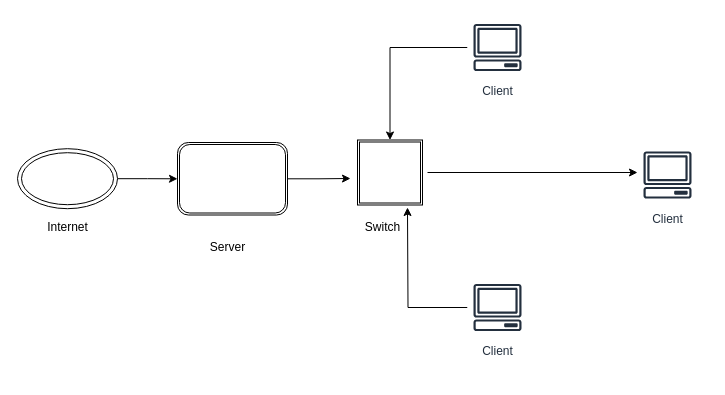
Yongki-Alkayyis/yongki keeps this draw.io diagram as Untitled Diagram.drawio. Above is the earlier version. Source tidied: cells renumbered, new cells numbered last; positions are measured from the earlier drawing's top-left corner, leaving out a move shared by most shapes. Both pictures are drawn from the tidied source at 100%, with x=0, y=0 at pixel (17, 17).
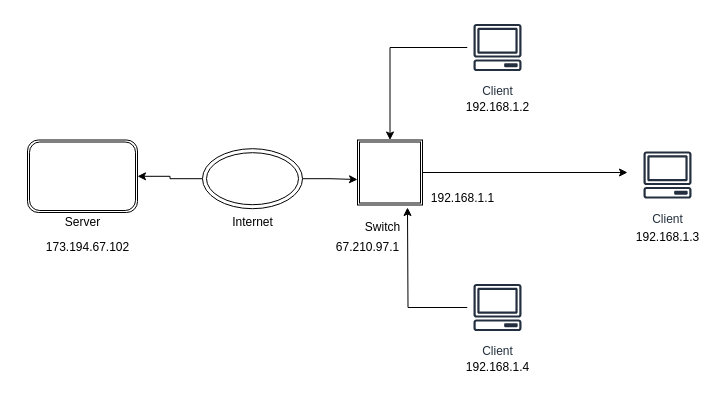
Above is the later version.

The change refers to these unchanged cells:
```xml
<mxCell id="9" style="shape=ext;double=1;whiteSpace=wrap;html=1;" parent="1" vertex="1">
  <mxGeometry x="340" y="122.5" width="65" height="65" as="geometry" />
</mxCell>
```

Diff of the diagram source:
```diff
@@
-    <mxCell id="2" style="edgeStyle=orthogonalEdgeStyle;rounded=0;orthogonalLoop=1;jettySize=auto;html=1;" parent="1" edge="1">
-      <mxGeometry relative="1" as="geometry">
-        <mxPoint x="410" y="155" as="sourcePoint" />
-        <mxPoint x="620" y="155" as="targetPoint" />
-      </mxGeometry>
-    </mxCell>
@@
     <mxCell id="8" value="Server" style="text;html=1;align=center;verticalAlign=middle;fillColor=none;strokeColor=none;rounded=0;" parent="1" vertex="1">
-      <mxGeometry x="185" y="220" width="50" height="20" as="geometry" />
+      <mxGeometry x="40" y="195" width="50" height="20" as="geometry" />
     </mxCell>
+    <mxCell id="16" style="edgeStyle=orthogonalEdgeStyle;rounded=0;jettySize=auto;html=1;" parent="1" edge="1" source="9">
+      <mxGeometry relative="1" as="geometry">
+        <mxPoint x="610" y="155" as="targetPoint" />
+      </mxGeometry>
+    </mxCell>
@@
-    <mxCell id="11" style="edgeStyle=orthogonalEdgeStyle;rounded=0;jettySize=auto;html=1;" parent="1" edge="1" source="12">
-      <mxGeometry relative="1" as="geometry">
-        <mxPoint x="333" y="161" as="targetPoint" />
-      </mxGeometry>
-    </mxCell>
     <mxCell id="12" style="shape=ext;double=1;rounded=1;whiteSpace=wrap;html=1;" parent="1" vertex="1">
-      <mxGeometry x="160" y="125" width="110" height="72.5" as="geometry" />
+      <mxGeometry x="10" y="122.5" width="110" height="72.5" as="geometry" />
     </mxCell>
@@
+    <mxCell id="17" style="edgeStyle=orthogonalEdgeStyle;rounded=0;jettySize=auto;html=1;entryX=0;entryY=0.608;entryDx=0;entryDy=0;entryPerimeter=0;" parent="1" edge="1" source="14" target="9">
+      <mxGeometry relative="1" as="geometry" />
+    </mxCell>
     <mxCell id="14" style="ellipse;shape=doubleEllipse;whiteSpace=wrap;html=1;" parent="1" vertex="1">
-      <mxGeometry y="131.2" width="100" height="60" as="geometry" />
+      <mxGeometry x="185" y="131.2" width="100" height="60" as="geometry" />
     </mxCell>
     <mxCell id="15" value="Internet" style="text;html=1;align=center;verticalAlign=middle;fillColor=none;strokeColor=none;rounded=0;" parent="1" vertex="1">
-      <mxGeometry x="20" y="200" width="60" height="20" as="geometry" />
+      <mxGeometry x="205" y="195" width="60" height="20" as="geometry" />
     </mxCell>
+    <mxCell id="18" value="192.168.1.2" style="text;html=1;align=center;verticalAlign=middle;fillColor=none;strokeColor=none;rounded=0;" parent="1" vertex="1">
+      <mxGeometry x="440" y="80" width="80" height="20" as="geometry" />
+    </mxCell>
+    <mxCell id="19" value="192.168.1.4" style="text;html=1;align=center;verticalAlign=middle;fillColor=none;strokeColor=none;rounded=0;" parent="1" vertex="1">
+      <mxGeometry x="440" y="340" width="80" height="20" as="geometry" />
+    </mxCell>
+    <mxCell id="20" value="192.168.1.3" style="text;html=1;align=center;verticalAlign=middle;fillColor=none;strokeColor=none;rounded=0;" parent="1" vertex="1">
+      <mxGeometry x="610" y="210" width="80" height="20" as="geometry" />
+    </mxCell>
+    <mxCell id="21" value="192.168.1.1" style="text;html=1;align=center;verticalAlign=middle;fillColor=none;strokeColor=none;rounded=0;" parent="1" vertex="1">
+      <mxGeometry x="405" y="171.2" width="80" height="20" as="geometry" />
+    </mxCell>
+    <mxCell id="22" value="67.210.97.1" style="text;html=1;align=center;verticalAlign=middle;fillColor=none;strokeColor=none;rounded=0;" parent="1" vertex="1">
+      <mxGeometry x="310" y="220" width="80" height="20" as="geometry" />
+    </mxCell>
+    <mxCell id="23" value="173.194.67.102" style="text;html=1;align=center;verticalAlign=middle;fillColor=none;strokeColor=none;rounded=0;" parent="1" vertex="1">
+      <mxGeometry x="20" y="220" width="100" height="20" as="geometry" />
+    </mxCell>
```
